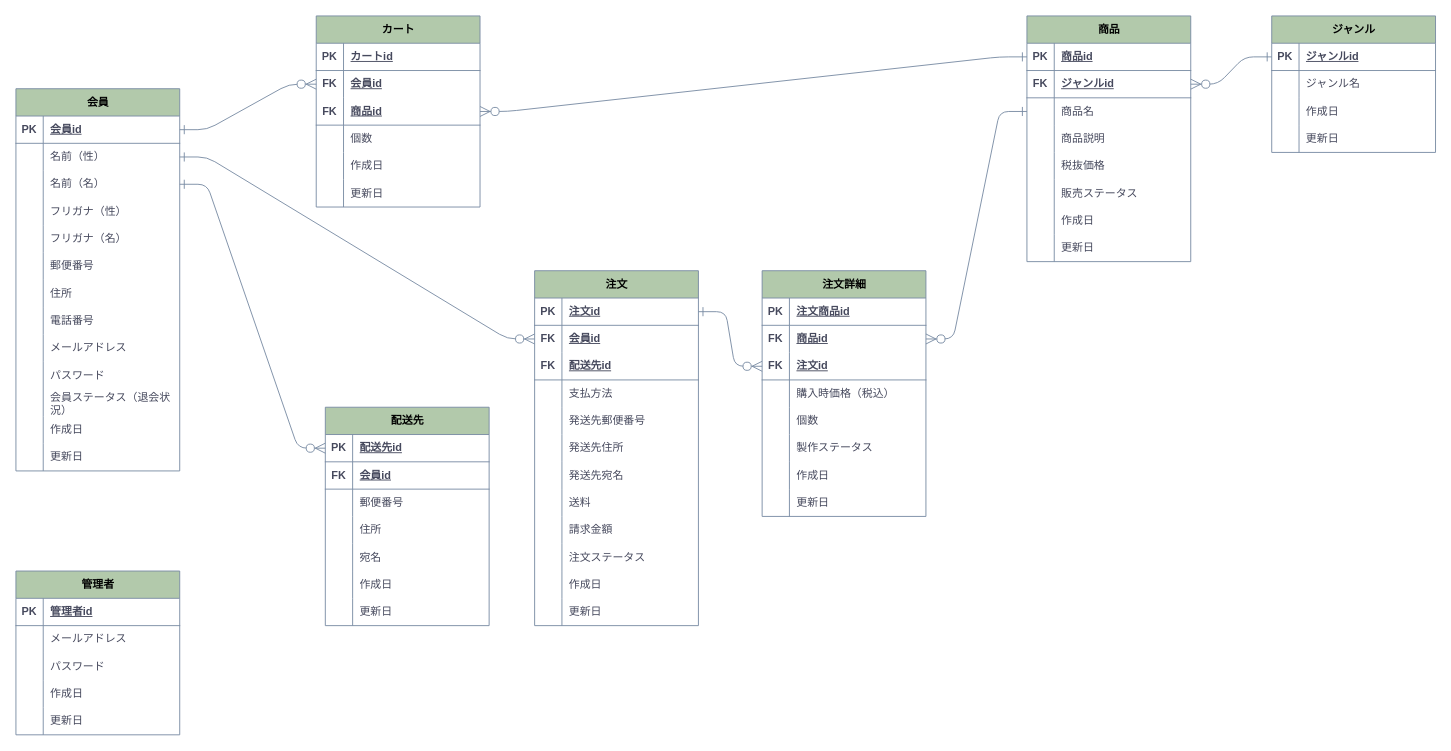
Earlier version of the draw.io diagram ER_nagano-cake.drawio (Ganmo3/drawio). Source tidied: cells renumbered, new cells numbered last; positions are measured from the earlier drawing's top-left corner, leaving out a move shared by most shapes. Both pictures are drawn from the tidied source at 91%, with x=0, y=0 at pixel (15, 15).
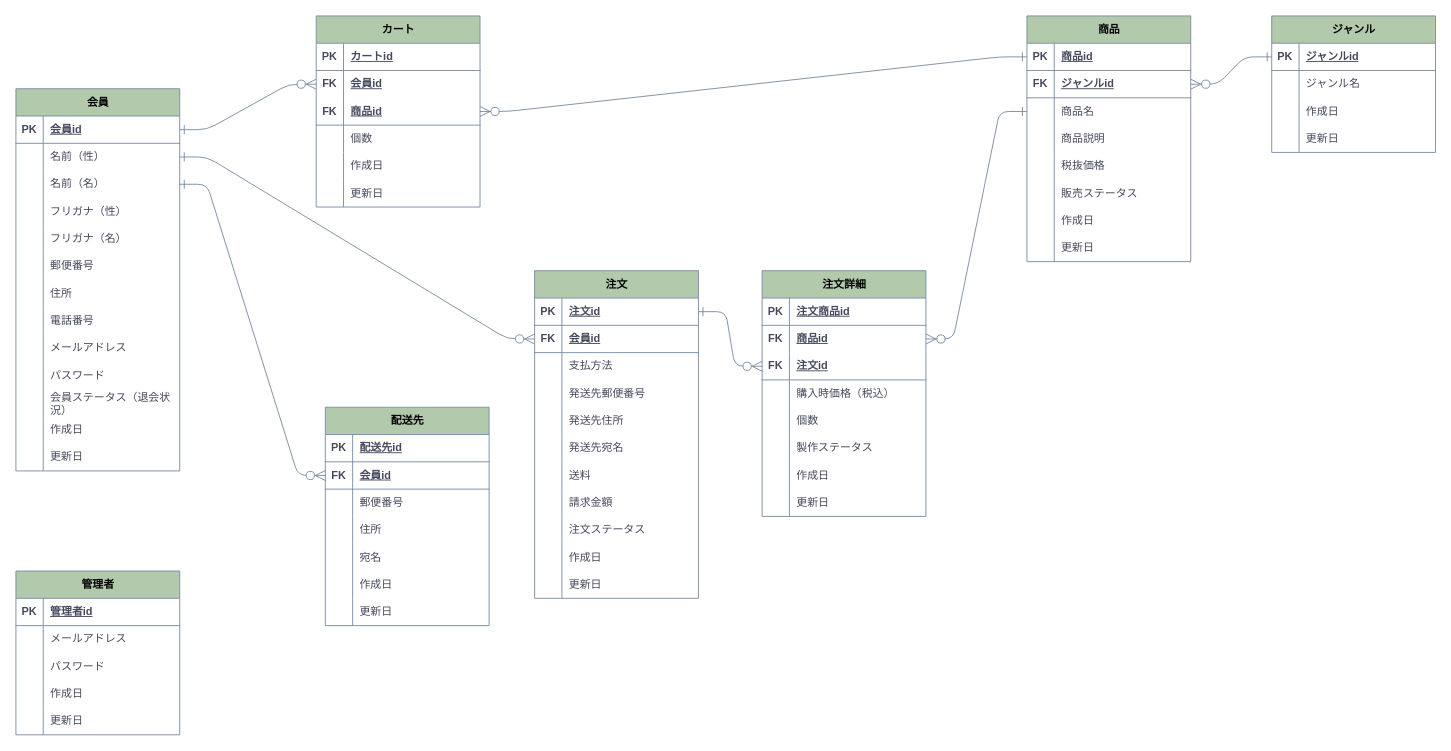
After the change.

Commit message:
ER_nagano-cake.drawio を更新します

Unchanged cells that the change refers to:
```xml
<mxCell id="22" style="shape=tableRow;horizontal=0;startSize=0;swimlaneHead=0;swimlaneBody=0;fillColor=none;points=[[0,0.5],[1,0.5]];portConstraint=eastwest;top=0;left=0;right=0;bottom=0;strokeColor=#788AA3;fontFamily=Helvetica;fontSize=12;fontColor=#46495D;html=1;labelBackgroundColor=none;" parent="18" vertex="1">
  <mxGeometry y="60" width="180" height="30" as="geometry" />
</mxCell>
<mxCell id="25" style="shape=tableRow;horizontal=0;startSize=0;swimlaneHead=0;swimlaneBody=0;fillColor=none;points=[[0,0.5],[1,0.5]];portConstraint=eastwest;top=0;left=0;right=0;bottom=0;strokeColor=#788AA3;fontFamily=Helvetica;fontSize=12;fontColor=#46495D;html=1;labelBackgroundColor=none;" parent="18" vertex="1">
  <mxGeometry y="90" width="180" height="30" as="geometry" />
</mxCell>
<mxCell id="124" style="shape=tableRow;horizontal=0;startSize=0;swimlaneHead=0;swimlaneBody=0;fillColor=none;points=[[0,0.5],[1,0.5]];portConstraint=eastwest;top=0;left=0;right=0;bottom=1;strokeColor=#788AA3;fontFamily=Helvetica;fontSize=12;fontColor=#46495D;html=1;labelBackgroundColor=none;" parent="123" vertex="1">
  <mxGeometry y="30" width="180" height="30" as="geometry" />
</mxCell>
<mxCell id="127" style="shape=tableRow;horizontal=0;startSize=0;swimlaneHead=0;swimlaneBody=0;fillColor=none;points=[[0,0.5],[1,0.5]];portConstraint=eastwest;top=0;left=0;right=0;bottom=1;strokeColor=#788AA3;fontFamily=Helvetica;fontSize=12;fontColor=#46495D;html=1;labelBackgroundColor=none;" parent="123" vertex="1">
  <mxGeometry y="60" width="180" height="30" as="geometry" />
</mxCell>
```

Change to the diagram source:
```diff
@@
-    <mxCell id="62" style="edgeStyle=entityRelationEdgeStyle;fontSize=12;html=1;endArrow=ERzeroToMany;endFill=1;fontFamily=Helvetica;fontColor=default;startSize=8;exitX=1;exitY=0.5;exitDx=0;exitDy=0;entryX=0;entryY=0.5;entryDx=0;entryDy=0;rounded=1;startArrow=ERone;startFill=0;endSize=9;labelBackgroundColor=none;strokeColor=#788AA3;" parent="1" edge="1" source="22" target="152">
+    <mxCell id="62" style="edgeStyle=entityRelationEdgeStyle;fontSize=12;html=1;endArrow=ERzeroToMany;endFill=1;fontFamily=Helvetica;fontColor=default;startSize=8;exitX=1;exitY=0.5;exitDx=0;exitDy=0;entryX=0;entryY=0.5;entryDx=0;entryDy=0;rounded=1;startArrow=ERone;startFill=0;endSize=9;labelBackgroundColor=none;strokeColor=#788AA3;" parent="1" edge="1" source="22">
       <mxGeometry relative="1" as="geometry">
+        <mxPoint x="570" y="355" as="targetPoint" />
         <Array as="points">
           <mxPoint x="410" y="150" />
           <mxPoint x="440" y="150" />
         </Array>
       </mxGeometry>
     </mxCell>
@@
-    <mxCell id="145" style="edgeStyle=entityRelationEdgeStyle;fontSize=12;html=1;endArrow=ERzeroToMany;endFill=1;fontFamily=Helvetica;fontColor=default;startSize=8;exitX=1;exitY=0.5;exitDx=0;exitDy=0;rounded=1;entryX=0;entryY=0.5;entryDx=0;entryDy=0;startArrow=ERone;startFill=0;endSize=9;labelBackgroundColor=none;strokeColor=#788AA3;" parent="1" edge="1" source="25" target="124">
+    <mxCell id="145" style="edgeStyle=entityRelationEdgeStyle;fontSize=12;html=1;endArrow=ERzeroToMany;endFill=1;fontFamily=Helvetica;fontColor=default;startSize=8;exitX=1;exitY=0.5;exitDx=0;exitDy=0;rounded=1;entryX=0;entryY=0.5;entryDx=0;entryDy=0;startArrow=ERone;startFill=0;endSize=9;labelBackgroundColor=none;strokeColor=#788AA3;" parent="1" edge="1" source="25" target="127">
       <mxGeometry relative="1" as="geometry">
         <Array as="points">
           <mxPoint x="410" y="570" />
           <mxPoint x="200" y="50" />
         </Array>
       </mxGeometry>
     </mxCell>
@@
     <mxCell id="148" value="&lt;font color=&quot;#000000&quot;&gt;注文&lt;/font&gt;" style="shape=table;startSize=30;childLayout=tableLayout;rowLines=0;fontStyle=1;align=center;html=1;strokeColor=#788AA3;fontFamily=Helvetica;fontSize=12;fontColor=#46495D;fillColor=#B2C9AB;labelBackgroundColor=none;" parent="1" vertex="1">
-      <mxGeometry x="570" y="280" width="180" height="390" as="geometry" />
+      <mxGeometry x="570" y="280" width="180" height="360" as="geometry" />
     </mxCell>
@@
-    <mxCell id="152" style="shape=tableRow;horizontal=0;startSize=0;swimlaneHead=0;swimlaneBody=0;fillColor=none;points=[[0,0.5],[1,0.5]];portConstraint=eastwest;top=0;left=0;right=0;bottom=0;strokeColor=#788AA3;fontFamily=Helvetica;fontSize=12;fontColor=#46495D;html=1;labelBackgroundColor=none;" parent="148" vertex="1">
-      <mxGeometry y="60" width="180" height="30" as="geometry" />
-    </mxCell>
-    <mxCell id="153" value="&lt;b&gt;FK&lt;/b&gt;" style="shape=partialRectangle;fillColor=none;top=0;left=0;bottom=0;right=0;overflow=hidden;whiteSpace=wrap;html=1;strokeColor=#788AA3;fontFamily=Helvetica;fontSize=12;fontColor=#46495D;startSize=23;labelBackgroundColor=none;" parent="152" vertex="1">
-      <mxGeometry width="30" height="30" as="geometry" />
-    </mxCell>
-    <mxCell id="154" value="&lt;u&gt;&lt;b&gt;会員id&lt;/b&gt;&lt;/u&gt;" style="shape=partialRectangle;fillColor=none;top=0;left=0;bottom=0;right=0;align=left;spacingLeft=6;overflow=hidden;whiteSpace=wrap;html=1;strokeColor=#788AA3;fontFamily=Helvetica;fontSize=12;fontColor=#46495D;startSize=23;labelBackgroundColor=none;" parent="152" vertex="1">
-      <mxGeometry x="30" width="150" height="30" as="geometry" />
-    </mxCell>
     <mxCell id="155" style="shape=tableRow;horizontal=0;startSize=0;swimlaneHead=0;swimlaneBody=0;fillColor=none;top=0;left=0;right=0;bottom=1;strokeColor=#788AA3;fontFamily=Helvetica;fontSize=12;fontColor=#46495D;html=1;labelBackgroundColor=none;" parent="148" vertex="1">
-      <mxGeometry y="90" width="180" height="30" as="geometry" />
+      <mxGeometry y="60" width="180" height="30" as="geometry" />
     </mxCell>
@@
-    <mxCell id="157" value="配送先id" style="shape=partialRectangle;fillColor=none;top=0;left=0;bottom=0;right=0;align=left;spacingLeft=6;fontStyle=5;overflow=hidden;whiteSpace=wrap;html=1;strokeColor=#788AA3;fontFamily=Helvetica;fontSize=12;fontColor=#46495D;startSize=23;labelBackgroundColor=none;" parent="155" vertex="1">
+    <mxCell id="157" value="会員id" style="shape=partialRectangle;fillColor=none;top=0;left=0;bottom=0;right=0;align=left;spacingLeft=6;fontStyle=5;overflow=hidden;whiteSpace=wrap;html=1;strokeColor=#788AA3;fontFamily=Helvetica;fontSize=12;fontColor=#46495D;startSize=23;labelBackgroundColor=none;" parent="155" vertex="1">
       <mxGeometry x="30" width="150" height="30" as="geometry" />
     </mxCell>
     <mxCell id="158" style="shape=tableRow;horizontal=0;startSize=0;swimlaneHead=0;swimlaneBody=0;fillColor=none;top=0;left=0;right=0;bottom=0;strokeColor=#788AA3;fontFamily=Helvetica;fontSize=12;fontColor=#46495D;html=1;labelBackgroundColor=none;" parent="148" vertex="1">
-      <mxGeometry y="120" width="180" height="30" as="geometry" />
+      <mxGeometry y="90" width="180" height="30" as="geometry" />
     </mxCell>
@@
     <mxCell id="161" style="shape=tableRow;horizontal=0;startSize=0;swimlaneHead=0;swimlaneBody=0;fillColor=none;top=0;left=0;right=0;bottom=0;strokeColor=#788AA3;fontFamily=Helvetica;fontSize=12;fontColor=#46495D;html=1;labelBackgroundColor=none;" parent="148" vertex="1">
-      <mxGeometry y="150" width="180" height="30" as="geometry" />
+      <mxGeometry y="120" width="180" height="30" as="geometry" />
     </mxCell>
@@
     <mxCell id="164" style="shape=tableRow;horizontal=0;startSize=0;swimlaneHead=0;swimlaneBody=0;fillColor=none;top=0;left=0;right=0;bottom=0;strokeColor=#788AA3;fontFamily=Helvetica;fontSize=12;fontColor=#46495D;html=1;labelBackgroundColor=none;" parent="148" vertex="1">
-      <mxGeometry y="180" width="180" height="30" as="geometry" />
+      <mxGeometry y="150" width="180" height="30" as="geometry" />
     </mxCell>
@@
     <mxCell id="167" style="shape=tableRow;horizontal=0;startSize=0;swimlaneHead=0;swimlaneBody=0;fillColor=none;top=0;left=0;right=0;bottom=0;strokeColor=#788AA3;fontFamily=Helvetica;fontSize=12;fontColor=#46495D;html=1;labelBackgroundColor=none;" parent="148" vertex="1">
-      <mxGeometry y="210" width="180" height="30" as="geometry" />
+      <mxGeometry y="180" width="180" height="30" as="geometry" />
     </mxCell>
@@
     <mxCell id="170" style="shape=tableRow;horizontal=0;startSize=0;swimlaneHead=0;swimlaneBody=0;fillColor=none;top=0;left=0;right=0;bottom=0;strokeColor=#788AA3;fontFamily=Helvetica;fontSize=12;fontColor=#46495D;html=1;labelBackgroundColor=none;" parent="148" vertex="1">
-      <mxGeometry y="240" width="180" height="30" as="geometry" />
+      <mxGeometry y="210" width="180" height="30" as="geometry" />
     </mxCell>
@@
     <mxCell id="173" style="shape=tableRow;horizontal=0;startSize=0;swimlaneHead=0;swimlaneBody=0;fillColor=none;top=0;left=0;right=0;bottom=0;strokeColor=#788AA3;fontFamily=Helvetica;fontSize=12;fontColor=#46495D;html=1;labelBackgroundColor=none;" parent="148" vertex="1">
-      <mxGeometry y="270" width="180" height="30" as="geometry" />
+      <mxGeometry y="240" width="180" height="30" as="geometry" />
     </mxCell>
@@
     <mxCell id="176" style="shape=tableRow;horizontal=0;startSize=0;swimlaneHead=0;swimlaneBody=0;fillColor=none;top=0;left=0;right=0;bottom=0;strokeColor=#788AA3;fontFamily=Helvetica;fontSize=12;fontColor=#46495D;html=1;labelBackgroundColor=none;" parent="148" vertex="1">
-      <mxGeometry y="300" width="180" height="30" as="geometry" />
+      <mxGeometry y="270" width="180" height="30" as="geometry" />
     </mxCell>
@@
     <mxCell id="179" style="shape=tableRow;horizontal=0;startSize=0;swimlaneHead=0;swimlaneBody=0;fillColor=none;top=0;left=0;right=0;bottom=0;strokeColor=#788AA3;fontFamily=Helvetica;fontSize=12;fontColor=#46495D;html=1;labelBackgroundColor=none;" parent="148" vertex="1">
-      <mxGeometry y="330" width="180" height="30" as="geometry" />
+      <mxGeometry y="300" width="180" height="30" as="geometry" />
     </mxCell>
@@
     <mxCell id="182" style="shape=tableRow;horizontal=0;startSize=0;swimlaneHead=0;swimlaneBody=0;fillColor=none;top=0;left=0;right=0;bottom=0;strokeColor=#788AA3;fontFamily=Helvetica;fontSize=12;fontColor=#46495D;html=1;labelBackgroundColor=none;" parent="148" vertex="1">
-      <mxGeometry y="360" width="180" height="30" as="geometry" />
+      <mxGeometry y="330" width="180" height="30" as="geometry" />
     </mxCell>
```
